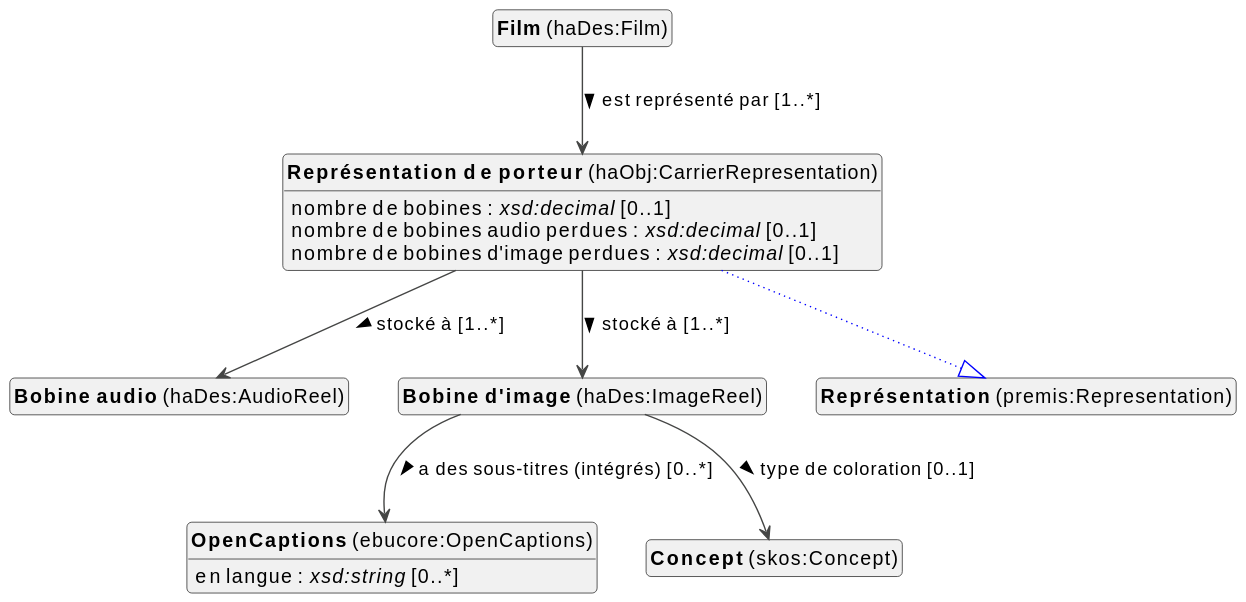
viaacode/documentation-jekyll keeps this PlantUML diagram as docs/metadata/knowledge-graph/0.0.1/film/fr/film-diagram.svg. Above is the earlier version.
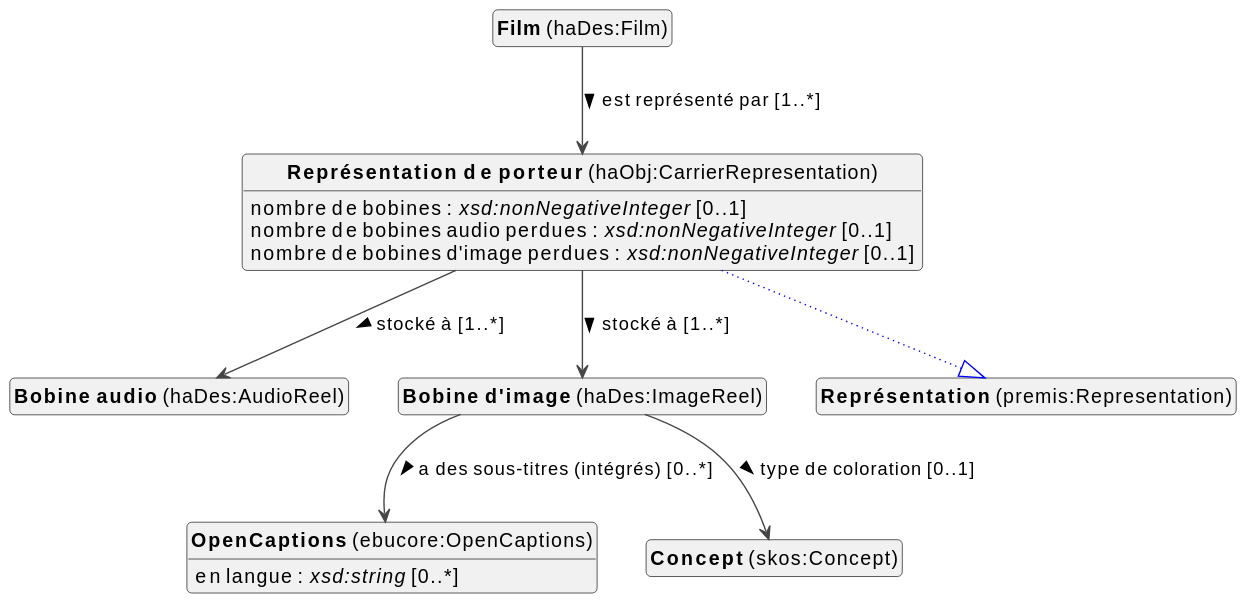
Later version of the same file.

Change to the diagram source:
```diff
@@ -35,9 +35,9 @@
 
 haObj_CarrierRepresentation --|> premis_Representation #blue;line.dotted;text:blue
 
-haObj_CarrierRepresentation : nombre de bobines : <i>xsd:decimal</i> [0..1]
-haObj_CarrierRepresentation : nombre de bobines audio perdues : <i>xsd:decimal</i> [0..1]
-haObj_CarrierRepresentation : nombre de bobines d'image perdues : <i>xsd:decimal</i> [0..1]
+haObj_CarrierRepresentation : nombre de bobines : <i>xsd:nonNegativeInteger</i> [0..1]
+haObj_CarrierRepresentation : nombre de bobines audio perdues : <i>xsd:nonNegativeInteger</i> [0..1]
+haObj_CarrierRepresentation : nombre de bobines d'image perdues : <i>xsd:nonNegativeInteger</i> [0..1]
 haObj_CarrierRepresentation --> haDes_AudioReel :stocké à [1..*]  >
 haObj_CarrierRepresentation --> haDes_ImageReel :stocké à [1..*]  >
 
```
